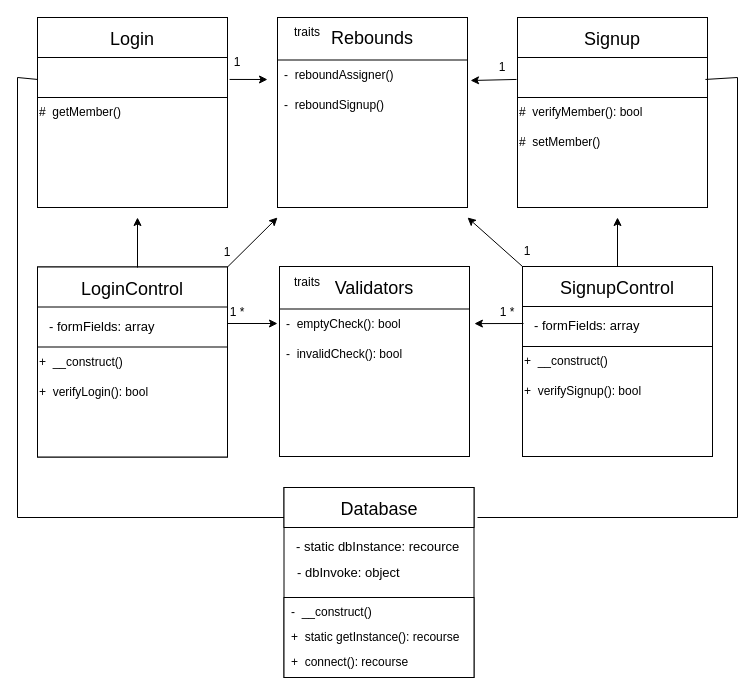
Above: documentation/ClassDiagram.drawio in Allen16081992/Donkerdom (draw.io), before the change. Source tidied: cells renumbered, new cells numbered last; positions are measured from the earlier drawing's top-left corner, leaving out a move shared by most shapes. Both pictures are drawn from the tidied source at 100%, with x=0, y=0 at pixel (17, 17).
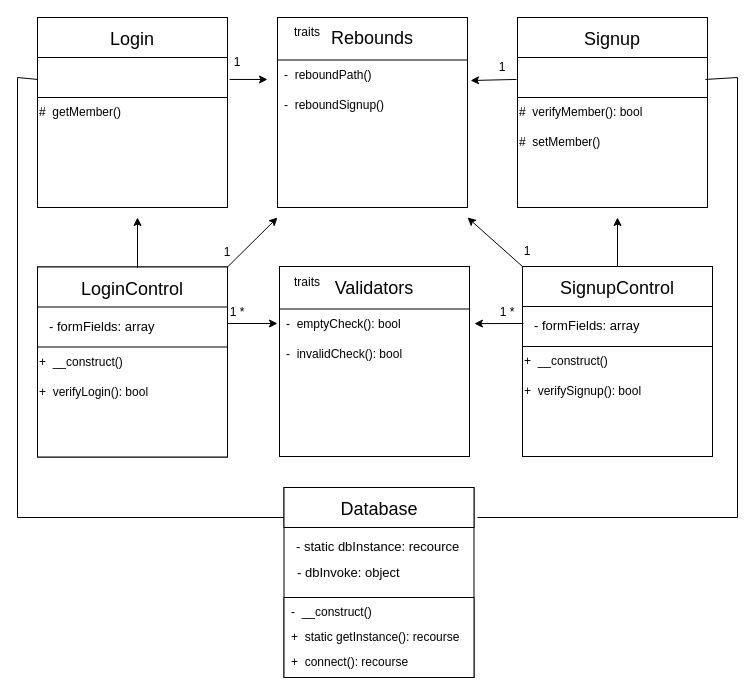
The same page after the edit.

Change to the diagram source:
```diff
@@
-    <mxCell id="18" value="&lt;div align=&quot;left&quot;&gt;-&amp;nbsp; reboundAssigner()&lt;br&gt;&lt;/div&gt;" style="text;html=1;align=left;verticalAlign=middle;whiteSpace=wrap;rounded=0;" parent="1" vertex="1">
+    <mxCell id="18" value="&lt;div align=&quot;left&quot;&gt;-&amp;nbsp; reboundPath()&lt;br&gt;&lt;/div&gt;" style="text;html=1;align=left;verticalAlign=middle;whiteSpace=wrap;rounded=0;" parent="1" vertex="1">
       <mxGeometry x="265" y="42.5" width="175" height="30" as="geometry" />
     </mxCell>
```
